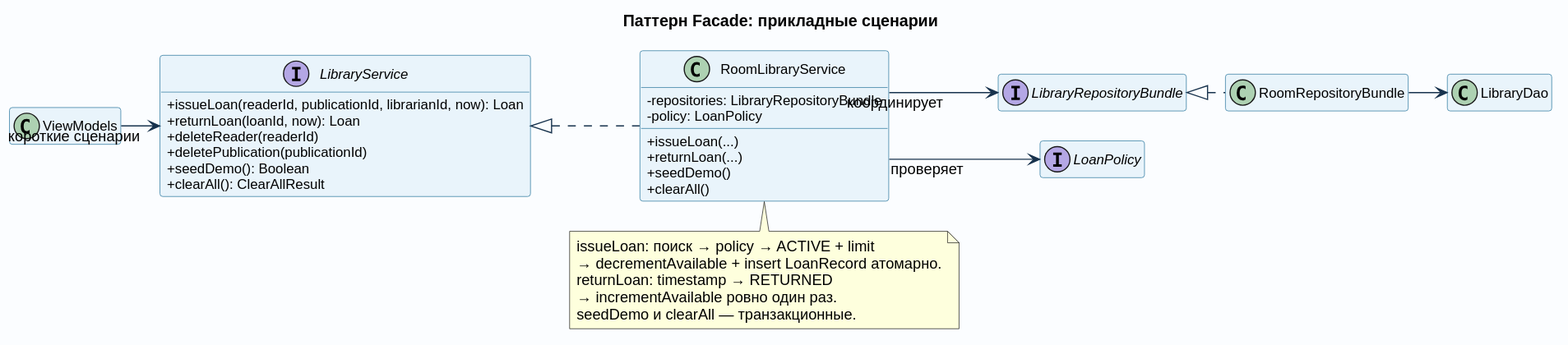
The PlantUML diagram docs/images/pattern_facade.svg in pank-suai/course-oop-library, before a commit.
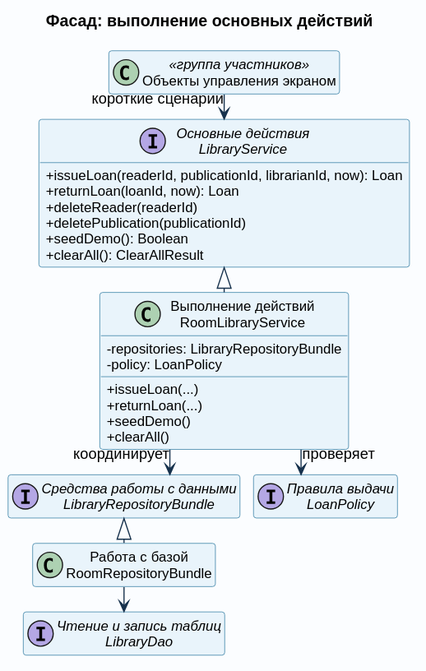
Above is the later version.

Diff of the diagram source:
```diff
@@ -1,5 +1,5 @@
 @startuml
-left to right direction
+top to bottom direction
 skinparam backgroundColor #FBFDFF
 skinparam shadowing false
 skinparam defaultFontName Arial
@@ -8,8 +8,8 @@
 skinparam classAttributeIconSize 0
 skinparam packageStyle rectangle
 skinparam linetype ortho
-skinparam nodesep 26
-skinparam ranksep 34
+skinparam nodesep 12
+skinparam ranksep 22
 skinparam ArrowColor #17324D
 skinparam ClassBorderColor #24739B
 skinparam ClassBackgroundColor #E9F4FB
@@ -17,9 +17,9 @@
 skinparam InterfaceBackgroundColor #F0EDFA
 hide empty members
 
-title Паттерн Facade: прикладные сценарии
+title Фасад: выполнение основных действий
 
-interface LibraryService {
+interface "Основные действия\nLibraryService" as LibraryService {
   +issueLoan(readerId, publicationId, librarianId, now): Loan
   +returnLoan(loanId, now): Loan
   +deleteReader(readerId)
@@ -27,7 +27,7 @@
   +seedDemo(): Boolean
   +clearAll(): ClearAllResult
 }
-class RoomLibraryService {
+class "Выполнение действий\nRoomLibraryService" as RoomLibraryService {
   -repositories: LibraryRepositoryBundle
   -policy: LoanPolicy
   +issueLoan(...)
@@ -35,11 +35,11 @@
   +seedDemo()
   +clearAll()
 }
-interface LibraryRepositoryBundle
-interface LoanPolicy
-class RoomRepositoryBundle
-class LibraryDao
-class ViewModels
+interface "Средства работы с данными\nLibraryRepositoryBundle" as LibraryRepositoryBundle
+interface "Правила выдачи\nLoanPolicy" as LoanPolicy
+class "Работа с базой\nRoomRepositoryBundle" as RoomRepositoryBundle
+interface "Чтение и запись таблиц\nLibraryDao" as LibraryDao
+class "Объекты управления экраном" as ViewModels <<группа участников>>
 
 LibraryService <|.. RoomLibraryService
 ViewModels --> LibraryService : короткие сценарии
@@ -47,11 +47,4 @@
 RoomLibraryService --> LoanPolicy : проверяет
 LibraryRepositoryBundle <|.. RoomRepositoryBundle
 RoomRepositoryBundle --> LibraryDao
-note bottom of RoomLibraryService
-  issueLoan: поиск → policy → ACTIVE + limit
-  → decrementAvailable + insert LoanRecord атомарно.
-  returnLoan: timestamp → RETURNED
-  → incrementAvailable ровно один раз.
-  seedDemo и clearAll — транзакционные.
-end note
 @enduml
```
